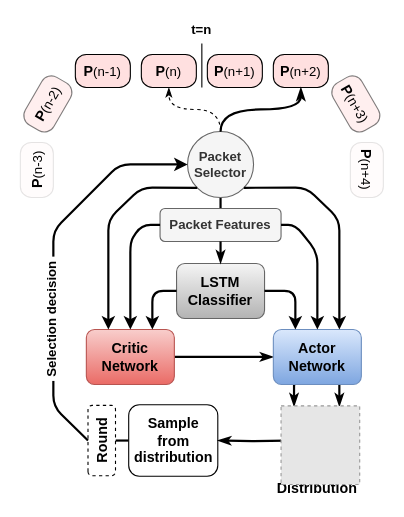
The draw.io diagram paper_rl/img/rnn-sampling.drawio in binh04032003/adversarial-recurrent-ids, before the edit. Source tidied: cells renumbered, new cells numbered last; positions are measured from the earlier drawing's top-left corner, leaving out a move shared by most shapes. Both pictures are drawn from the tidied source at 110%, with x=0, y=0 at pixel (9, 19). Pictures stored in the file or linked from it are replaced by grey dashed boxes.
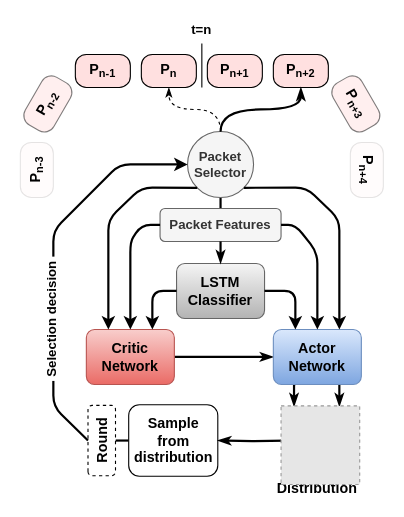
Above is the later version.

What changed in the source:
```diff
@@
-    <mxCell id="8" value="&lt;b&gt;&lt;font style=&quot;font-size: 13px&quot;&gt;P&lt;/font&gt;&lt;/b&gt;(n-1)" style="html=1;whiteSpace=wrap;fillColor=#FFE0E0;shape=mxgraph.archimate3.application;archiType=rounded;" parent="1" vertex="1">
+    <mxCell id="8" value="&lt;b&gt;&lt;font style=&quot;font-size: 13px&quot;&gt;P&lt;/font&gt;&lt;sub&gt;n-1&lt;/sub&gt;&lt;/b&gt;" style="html=1;whiteSpace=wrap;fillColor=#FFE0E0;shape=mxgraph.archimate3.application;archiType=rounded;" parent="1" vertex="1">
       <mxGeometry x="60" y="32" width="50" height="30" as="geometry" />
     </mxCell>
-    <mxCell id="9" value="&lt;b&gt;&lt;font style=&quot;font-size: 13px&quot;&gt;P&lt;/font&gt;&lt;/b&gt;(n+1)" style="html=1;whiteSpace=wrap;fillColor=#FFE0E0;shape=mxgraph.archimate3.application;archiType=rounded;" parent="1" vertex="1">
+    <mxCell id="9" value="&lt;b&gt;&lt;font style=&quot;font-size: 13px&quot;&gt;P&lt;/font&gt;&lt;sub&gt;n+1&lt;/sub&gt;&lt;/b&gt;" style="html=1;whiteSpace=wrap;fillColor=#FFE0E0;shape=mxgraph.archimate3.application;archiType=rounded;" parent="1" vertex="1">
       <mxGeometry x="180" y="32" width="50" height="30" as="geometry" />
     </mxCell>
-    <mxCell id="10" value="&lt;b&gt;&lt;font style=&quot;font-size: 13px&quot;&gt;P&lt;/font&gt;&lt;/b&gt;(n+2)" style="html=1;outlineConnect=0;whiteSpace=wrap;fillColor=#FFE0E0;shape=mxgraph.archimate3.application;archiType=rounded;" parent="1" vertex="1">
+    <mxCell id="10" value="&lt;b&gt;&lt;font style=&quot;font-size: 13px&quot;&gt;P&lt;/font&gt;&lt;sub&gt;n+2&lt;/sub&gt;&lt;/b&gt;" style="html=1;outlineConnect=0;whiteSpace=wrap;fillColor=#FFE0E0;shape=mxgraph.archimate3.application;archiType=rounded;" parent="1" vertex="1">
       <mxGeometry x="240" y="32" width="50" height="30" as="geometry" />
     </mxCell>
-    <mxCell id="11" value="&lt;b&gt;&lt;font style=&quot;font-size: 13px&quot;&gt;P&lt;/font&gt;&lt;/b&gt;(n)" style="html=1;outlineConnect=0;whiteSpace=wrap;fillColor=#FFE0E0;shape=mxgraph.archimate3.application;archiType=rounded;" parent="1" vertex="1">
+    <mxCell id="11" value="&lt;b&gt;&lt;font style=&quot;font-size: 13px&quot;&gt;P&lt;/font&gt;&lt;sub&gt;n&lt;/sub&gt;&lt;/b&gt;" style="html=1;outlineConnect=0;whiteSpace=wrap;fillColor=#FFE0E0;shape=mxgraph.archimate3.application;archiType=rounded;" parent="1" vertex="1">
       <mxGeometry x="120" y="32" width="50" height="30" as="geometry" />
     </mxCell>
-    <mxCell id="12" value="&lt;b&gt;&lt;font style=&quot;font-size: 13px&quot;&gt;P&lt;/font&gt;&lt;/b&gt;(n-2)" style="html=1;whiteSpace=wrap;fillColor=#FFE0E0;shape=mxgraph.archimate3.application;archiType=rounded;opacity=50;rotation=-60;" parent="1" vertex="1">
+    <mxCell id="12" value="&lt;b&gt;&lt;font style=&quot;font-size: 13px&quot;&gt;P&lt;/font&gt;&lt;sub&gt;n-2&lt;/sub&gt;&lt;/b&gt;" style="html=1;whiteSpace=wrap;fillColor=#FFE0E0;shape=mxgraph.archimate3.application;archiType=rounded;opacity=50;rotation=-60;" parent="1" vertex="1">
       <mxGeometry x="10" y="62" width="50" height="30" as="geometry" />
     </mxCell>
-    <mxCell id="13" value="&lt;b&gt;&lt;font style=&quot;font-size: 13px&quot;&gt;P&lt;/font&gt;&lt;/b&gt;(n-3)" style="html=1;whiteSpace=wrap;fillColor=#FFE0E0;shape=mxgraph.archimate3.application;archiType=rounded;opacity=10;rotation=-90;" parent="1" vertex="1">
+    <mxCell id="13" value="&lt;b&gt;&lt;font style=&quot;font-size: 13px&quot;&gt;P&lt;/font&gt;&lt;sub&gt;n-3&lt;/sub&gt;&lt;/b&gt;" style="html=1;whiteSpace=wrap;fillColor=#FFE0E0;shape=mxgraph.archimate3.application;archiType=rounded;opacity=10;rotation=-90;" parent="1" vertex="1">
       <mxGeometry y="122" width="50" height="30" as="geometry" />
     </mxCell>
-    <mxCell id="14" value="&lt;b&gt;&lt;font style=&quot;font-size: 13px&quot;&gt;P&lt;/font&gt;&lt;/b&gt;(n+3)" style="html=1;whiteSpace=wrap;fillColor=#FFE0E0;shape=mxgraph.archimate3.application;archiType=rounded;opacity=50;rotation=60;" parent="1" vertex="1">
+    <mxCell id="14" value="&lt;b&gt;&lt;font style=&quot;font-size: 13px&quot;&gt;P&lt;/font&gt;&lt;sub&gt;n+3&lt;/sub&gt;&lt;/b&gt;" style="html=1;whiteSpace=wrap;fillColor=#FFE0E0;shape=mxgraph.archimate3.application;archiType=rounded;opacity=50;rotation=60;" parent="1" vertex="1">
       <mxGeometry x="290" y="62" width="50" height="30" as="geometry" />
     </mxCell>
-    <mxCell id="15" value="&lt;b&gt;&lt;font style=&quot;font-size: 13px&quot;&gt;P&lt;/font&gt;&lt;/b&gt;(n+4)" style="html=1;whiteSpace=wrap;fillColor=#FFE0E0;shape=mxgraph.archimate3.application;archiType=rounded;opacity=10;rotation=90;" parent="1" vertex="1">
+    <mxCell id="15" value="&lt;b&gt;&lt;font style=&quot;font-size: 13px&quot;&gt;P&lt;/font&gt;&lt;sub&gt;n+4&lt;/sub&gt;&lt;/b&gt;" style="html=1;whiteSpace=wrap;fillColor=#FFE0E0;shape=mxgraph.archimate3.application;archiType=rounded;opacity=10;rotation=90;" parent="1" vertex="1">
       <mxGeometry x="300" y="122" width="50" height="30" as="geometry" />
     </mxCell>
```
